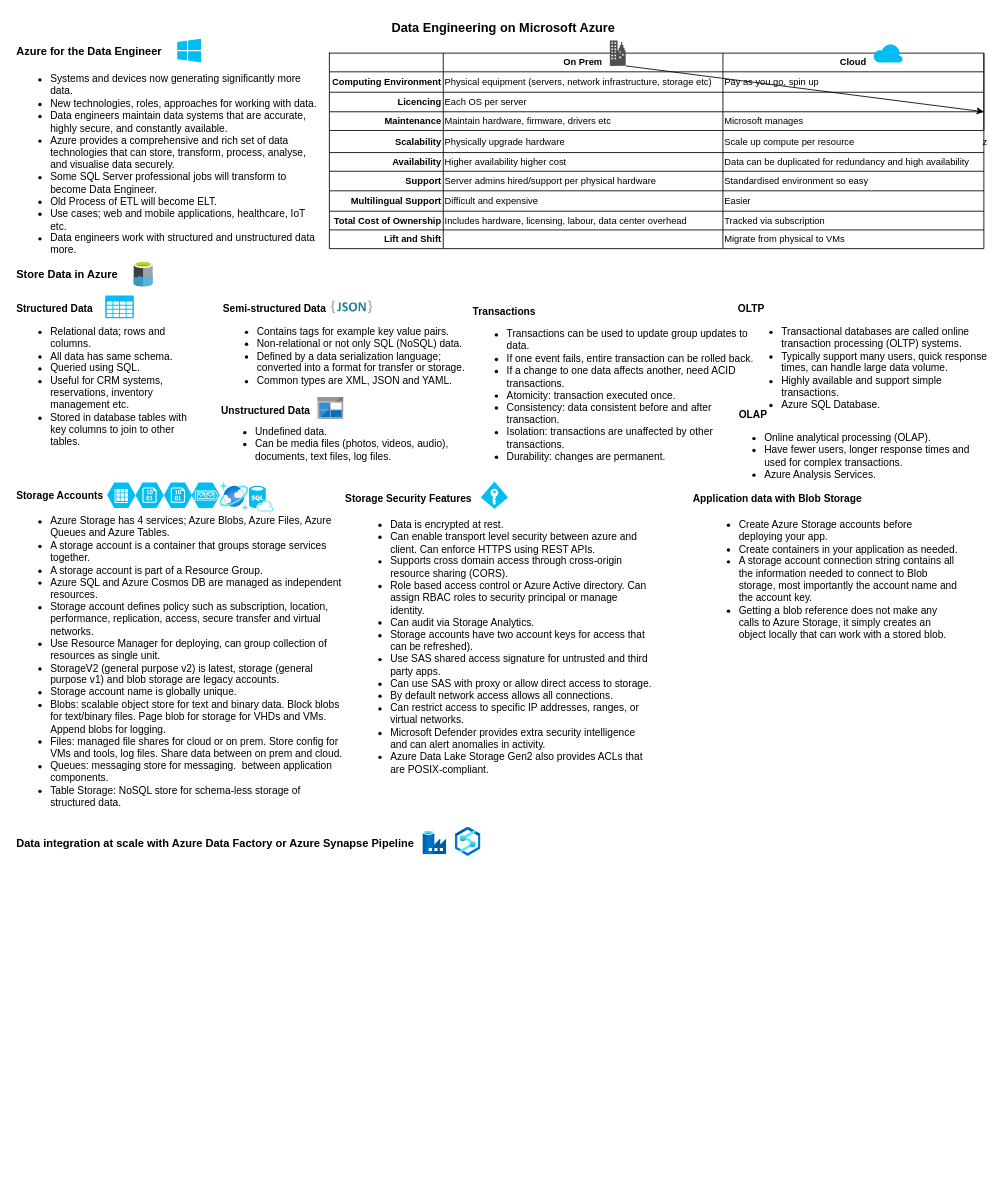
Earlier version of the draw.io diagram DP-203.drawio (pburgoine/certs). Source tidied: cells renumbered, new cells numbered last; positions are measured from the earlier drawing's top-left corner, leaving out a move shared by most shapes. Both pictures are drawn from the tidied source at 85%, with x=0, y=0 at pixel (14, 14).
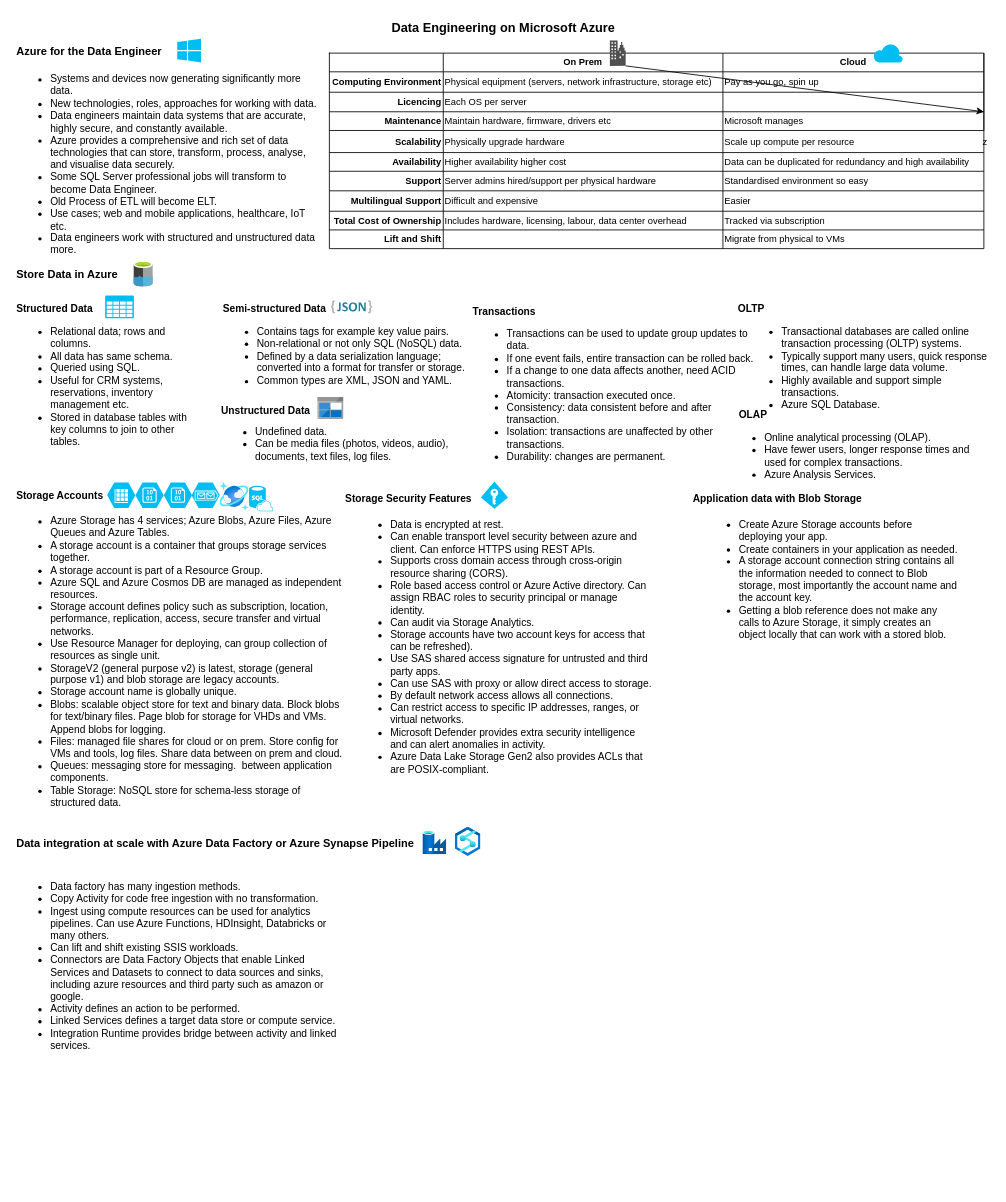
The same diagram, later.

Change to the diagram source:
```diff
@@
+    <mxCell id="84" value="&lt;ul&gt;&lt;li&gt;Data factory has many ingestion methods.&lt;/li&gt;&lt;li&gt;Copy Activity for code free ingestion with no transformation.&lt;/li&gt;&lt;li&gt;Ingest using compute resources can be used for analytics pipelines. Can use Azure Functions, HDInsight, Databricks or many others.&lt;/li&gt;&lt;li&gt;Can lift and shift existing SSIS workloads.&lt;/li&gt;&lt;li&gt;Connectors are Data Factory Objects that enable Linked Services and Datasets to connect to data sources and sinks, including azure resources and third party such as amazon or google.&lt;/li&gt;&lt;li&gt;Activity defines an action to be performed.&lt;/li&gt;&lt;li&gt;Linked Services defines a target data store or compute service.&lt;/li&gt;&lt;li&gt;Integration Runtime provides bridge between activity and linked services.&lt;/li&gt;&lt;/ul&gt;" style="text;strokeColor=none;align=left;fillColor=none;html=1;verticalAlign=top;whiteSpace=wrap;rounded=0;" parent="1" vertex="1">
+      <mxGeometry y="1000" width="390" height="380" as="geometry" />
+    </mxCell>
```
